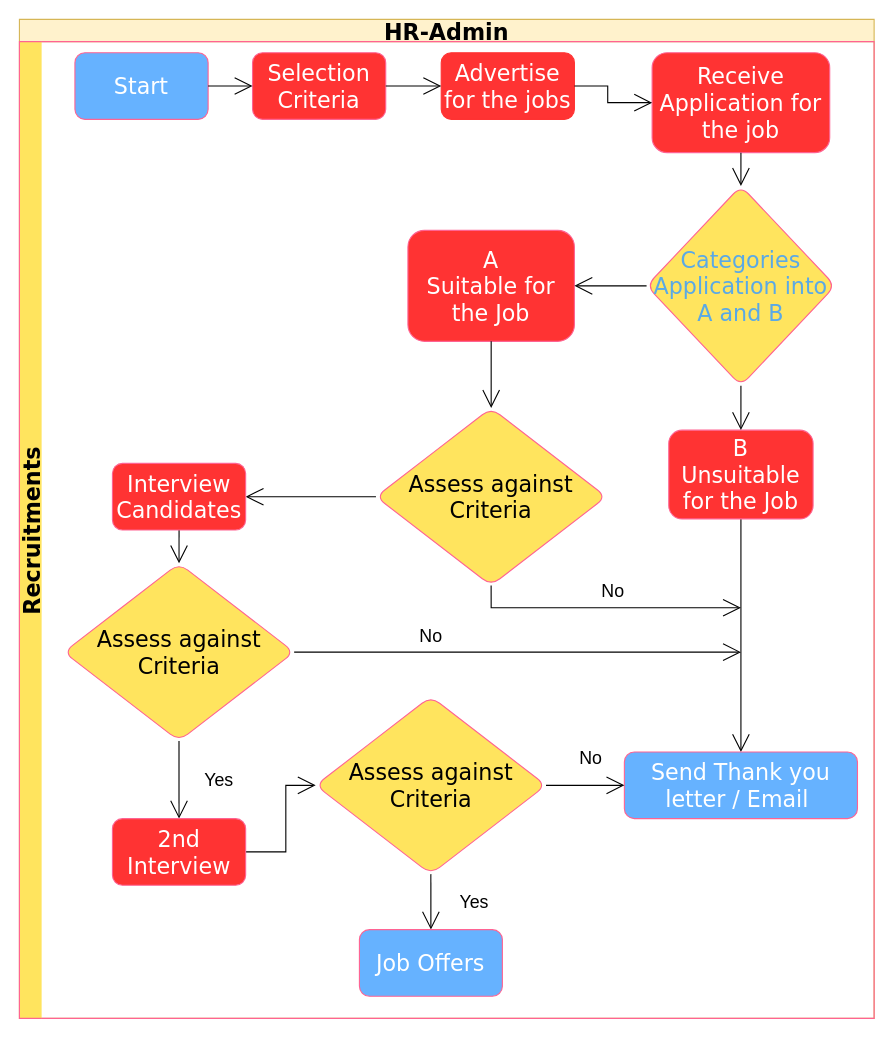
Above: page "Recruitment" (1 of 2) of HR Recruitment.drawio in santo1989/Diagram (draw.io), before the change. Source tidied: cells renumbered, new cells numbered last; positions are measured from the earlier drawing's top-left corner, leaving out a move shared by most shapes. Both pictures are drawn from the tidied source at 111%, with x=0, y=0 at pixel (19, 19).
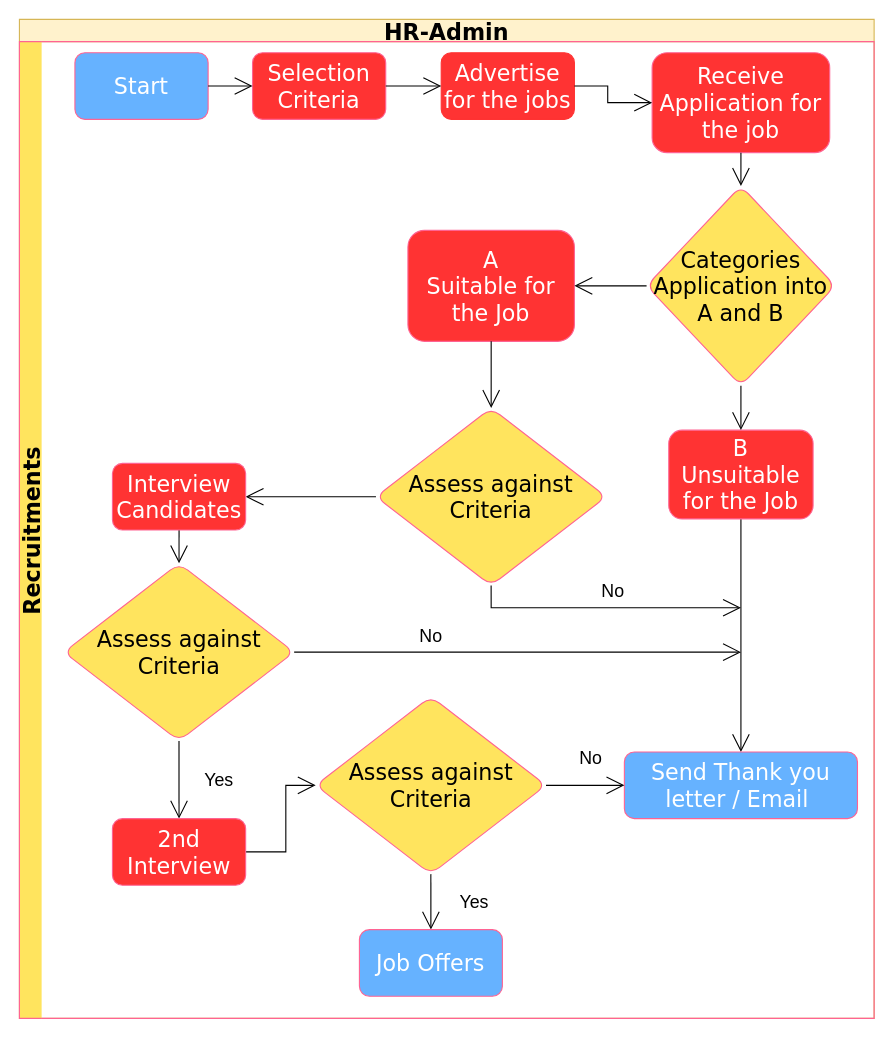
The same page after the edit.

Unchanged cells that the change refers to:
```xml
<mxCell id="3" value="Recruitments" style="swimlane;startSize=20;horizontal=0;hachureGap=4;fontFamily=Verdana;fontSize=20;fontColor=#000000;strokeColor=#FF6392;fillColor=#FFE45E;swimlaneLine=0;" parent="2" vertex="1">
  <mxGeometry y="20" width="770" height="880" as="geometry" />
</mxCell>
```

What changed in the source:
```diff
@@
-    <mxCell id="11" value="Categories Application into A and B" style="rhombus;whiteSpace=wrap;html=1;fontSize=20;fontFamily=Verdana;fillColor=#FFE45E;strokeColor=#FF6392;fontColor=#5AA9E6;rounded=1;hachureGap=4;" parent="3" vertex="1">
+    <mxCell id="11" value="&lt;font color=&quot;#000000&quot;&gt;Categories Application into A and B&lt;/font&gt;" style="rhombus;whiteSpace=wrap;html=1;fontSize=20;fontFamily=Verdana;fillColor=#FFE45E;strokeColor=#FF6392;fontColor=#5AA9E6;rounded=1;hachureGap=4;" parent="3" vertex="1">
       <mxGeometry x="565" y="130" width="170" height="180" as="geometry" />
     </mxCell>
```
